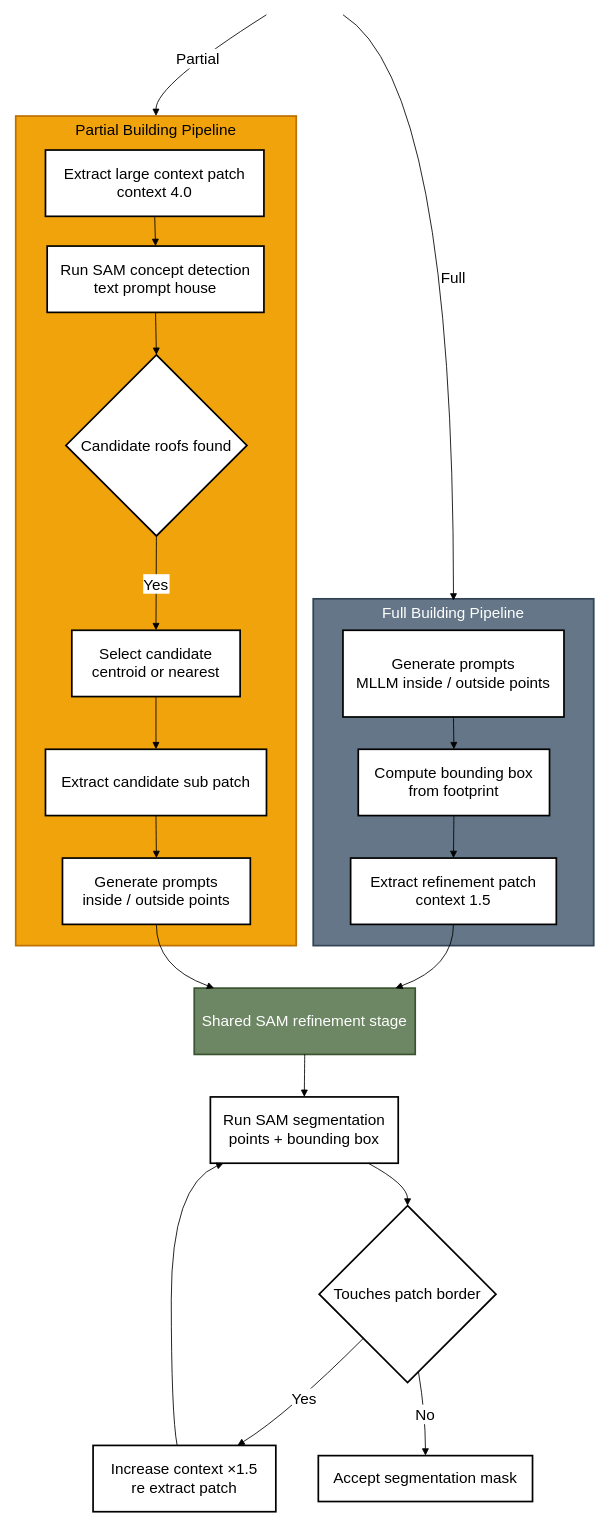
This is Theory/Pictures/Flowchart_SAMStage.drawio from patrickfranzelin/Master-Thesis-GEOAI, a draw.io file, before an edit. Source tidied: cells renumbered, new cells numbered last; positions are measured from the earlier drawing's top-left corner, leaving out a move shared by most shapes. Both pictures are drawn from the tidied source at 85%, with x=0, y=0 at pixel (15, 14).
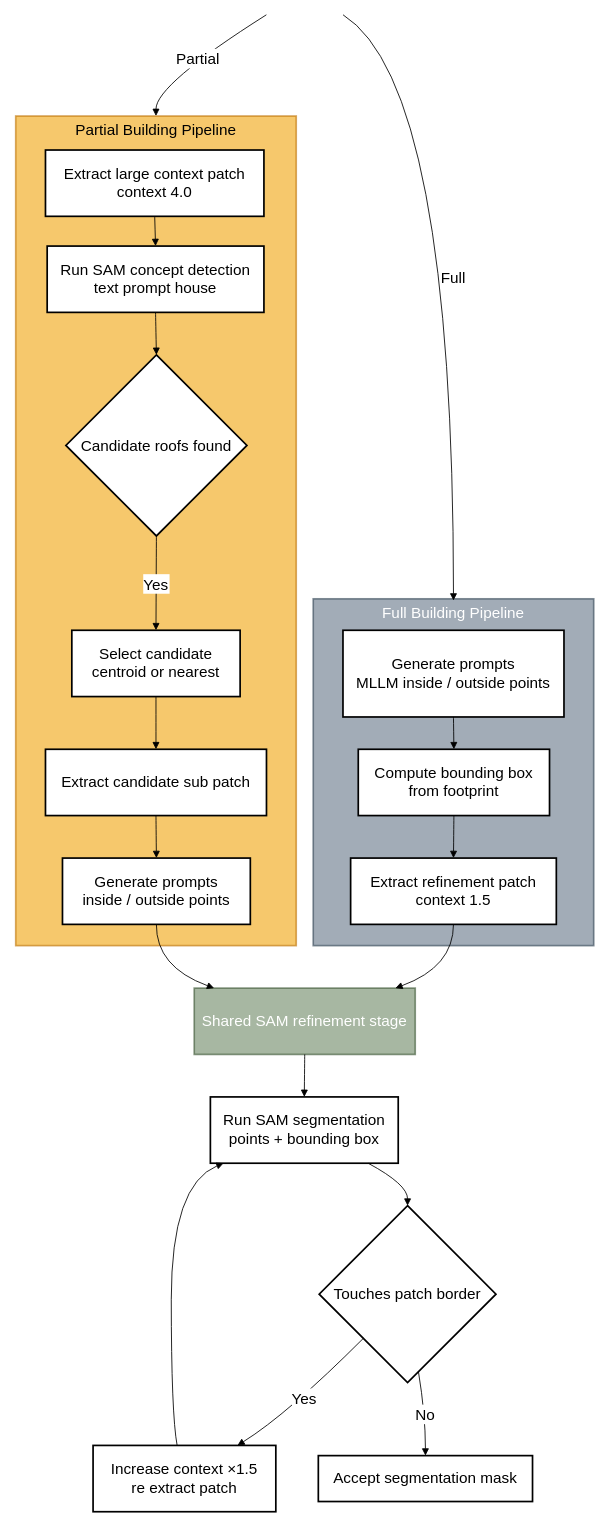
The same diagram, later.

Diff of the diagram source:
```diff
@@
-    <mxCell id="2" value="Partial Building Pipeline" style="whiteSpace=wrap;strokeWidth=2;fillColor=#f0a30a;fontColor=#000000;strokeColor=#BD7000;fontSize=18;verticalAlign=top;" parent="1" vertex="1">
+    <mxCell id="2" value="Partial Building Pipeline" style="whiteSpace=wrap;strokeWidth=2;fillColor=#f0a30a;fontColor=#000000;strokeColor=#BD7000;fontSize=18;verticalAlign=top;fontFamily=Helvetica;rounded=0;glass=0;opacity=60;" parent="1" vertex="1">
       <mxGeometry y="119" width="330" height="976" as="geometry" />
     </mxCell>
-    <mxCell id="3" value="Full Building Pipeline" style="whiteSpace=wrap;strokeWidth=2;fillColor=#647687;fontColor=#ffffff;strokeColor=#314354;fontSize=18;verticalAlign=top;" parent="1" vertex="1">
+    <mxCell id="3" value="Full Building Pipeline" style="whiteSpace=wrap;strokeWidth=2;fillColor=#647687;fontColor=#ffffff;strokeColor=#314354;fontSize=18;verticalAlign=top;fontFamily=Helvetica;opacity=60;" parent="1" vertex="1">
       <mxGeometry x="350" y="687" width="330" height="408" as="geometry" />
     </mxCell>
-    <mxCell id="4" value="Generate prompts&#10;MLLM inside / outside points" style="whiteSpace=wrap;strokeWidth=2;fontSize=18;" parent="1" vertex="1">
+    <mxCell id="4" value="Generate prompts&#10;MLLM inside / outside points" style="whiteSpace=wrap;strokeWidth=2;fontSize=18;fontFamily=Helvetica;" parent="1" vertex="1">
       <mxGeometry x="385" y="724" width="260" height="102" as="geometry" />
     </mxCell>
-    <mxCell id="5" value="Compute bounding box&#10;from footprint" style="whiteSpace=wrap;strokeWidth=2;fontSize=18;" parent="1" vertex="1">
+    <mxCell id="5" value="Compute bounding box&#10;from footprint" style="whiteSpace=wrap;strokeWidth=2;fontSize=18;fontFamily=Helvetica;" parent="1" vertex="1">
       <mxGeometry x="403" y="864" width="225" height="78" as="geometry" />
     </mxCell>
-    <mxCell id="6" value="Extract refinement patch&#10;context 1.5" style="whiteSpace=wrap;strokeWidth=2;fontSize=18;" parent="1" vertex="1">
+    <mxCell id="6" value="Extract refinement patch&#10;context 1.5" style="whiteSpace=wrap;strokeWidth=2;fontSize=18;fontFamily=Helvetica;" parent="1" vertex="1">
       <mxGeometry x="394" y="992" width="242" height="78" as="geometry" />
     </mxCell>
-    <mxCell id="7" value="Extract large context patch&#10;context 4.0" style="whiteSpace=wrap;strokeWidth=2;fontSize=18;" parent="1" vertex="1">
+    <mxCell id="7" value="Extract large context patch&#10;context 4.0" style="whiteSpace=wrap;strokeWidth=2;fontSize=18;fontFamily=Helvetica;" parent="1" vertex="1">
       <mxGeometry x="35" y="159" width="257" height="78" as="geometry" />
     </mxCell>
-    <mxCell id="8" value="Run SAM concept detection&#10;text prompt house" style="whiteSpace=wrap;strokeWidth=2;fontSize=18;" parent="1" vertex="1">
+    <mxCell id="8" value="Run SAM concept detection&#10;text prompt house" style="whiteSpace=wrap;strokeWidth=2;fontSize=18;fontFamily=Helvetica;" parent="1" vertex="1">
       <mxGeometry x="37" y="272" width="255" height="78" as="geometry" />
     </mxCell>
-    <mxCell id="9" value="Candidate roofs found" style="rhombus;strokeWidth=2;whiteSpace=wrap;fontSize=18;" parent="1" vertex="1">
+    <mxCell id="9" value="Candidate roofs found" style="rhombus;strokeWidth=2;whiteSpace=wrap;fontSize=18;fontFamily=Helvetica;" parent="1" vertex="1">
       <mxGeometry x="59" y="400" width="213" height="213" as="geometry" />
     </mxCell>
-    <mxCell id="10" value="Select candidate&#10;centroid or nearest" style="whiteSpace=wrap;strokeWidth=2;fontSize=18;" parent="1" vertex="1">
+    <mxCell id="10" value="Select candidate&#10;centroid or nearest" style="whiteSpace=wrap;strokeWidth=2;fontSize=18;fontFamily=Helvetica;" parent="1" vertex="1">
       <mxGeometry x="66" y="724" width="198" height="78" as="geometry" />
     </mxCell>
-    <mxCell id="11" value="Extract candidate sub patch" style="whiteSpace=wrap;strokeWidth=2;fontSize=18;" parent="1" vertex="1">
+    <mxCell id="11" value="Extract candidate sub patch" style="whiteSpace=wrap;strokeWidth=2;fontSize=18;fontFamily=Helvetica;" parent="1" vertex="1">
       <mxGeometry x="35" y="864" width="260" height="78" as="geometry" />
     </mxCell>
-    <mxCell id="12" value="Generate prompts&#10;inside / outside points" style="whiteSpace=wrap;strokeWidth=2;fontSize=18;" parent="1" vertex="1">
+    <mxCell id="12" value="Generate prompts&#10;inside / outside points" style="whiteSpace=wrap;strokeWidth=2;fontSize=18;fontFamily=Helvetica;" parent="1" vertex="1">
       <mxGeometry x="55" y="992" width="221" height="78" as="geometry" />
     </mxCell>
-    <mxCell id="13" value="Shared SAM refinement stage" style="whiteSpace=wrap;strokeWidth=2;fillColor=#6d8764;fontColor=#ffffff;strokeColor=#3A5431;fontSize=18;" parent="1" vertex="1">
+    <mxCell id="13" value="Shared SAM refinement stage" style="whiteSpace=wrap;strokeWidth=2;fillColor=#6d8764;fontColor=#ffffff;strokeColor=#3A5431;fontSize=18;fontFamily=Helvetica;opacity=60;" parent="1" vertex="1">
       <mxGeometry x="210" y="1145" width="260" height="78" as="geometry" />
     </mxCell>
-    <mxCell id="14" value="Run SAM segmentation&#10;points + bounding box" style="whiteSpace=wrap;strokeWidth=2;fontSize=18;" parent="1" vertex="1">
+    <mxCell id="14" value="Run SAM segmentation&#10;points + bounding box" style="whiteSpace=wrap;strokeWidth=2;fontSize=18;fontFamily=Helvetica;" parent="1" vertex="1">
       <mxGeometry x="229" y="1273" width="221" height="78" as="geometry" />
     </mxCell>
-    <mxCell id="15" value="Touches patch border" style="rhombus;strokeWidth=2;whiteSpace=wrap;fontSize=18;" parent="1" vertex="1">
+    <mxCell id="15" value="Touches patch border" style="rhombus;strokeWidth=2;whiteSpace=wrap;fontSize=18;fontFamily=Helvetica;" parent="1" vertex="1">
       <mxGeometry x="357" y="1401" width="208" height="208" as="geometry" />
     </mxCell>
-    <mxCell id="16" value="Increase context ×1.5&#10;re extract patch" style="whiteSpace=wrap;strokeWidth=2;fontSize=18;" parent="1" vertex="1">
+    <mxCell id="16" value="Increase context ×1.5&#10;re extract patch" style="whiteSpace=wrap;strokeWidth=2;fontSize=18;fontFamily=Helvetica;" parent="1" vertex="1">
       <mxGeometry x="91" y="1683" width="215" height="78" as="geometry" />
     </mxCell>
-    <mxCell id="17" value="Accept segmentation mask" style="whiteSpace=wrap;strokeWidth=2;fontSize=18;" parent="1" vertex="1">
+    <mxCell id="17" value="Accept segmentation mask" style="whiteSpace=wrap;strokeWidth=2;fontSize=18;fontFamily=Helvetica;" parent="1" vertex="1">
       <mxGeometry x="356" y="1695" width="252" height="54" as="geometry" />
     </mxCell>
-    <mxCell id="18" style="curved=1;startArrow=none;endArrow=block;exitX=0.5;exitY=1;entryX=0.5;entryY=0;rounded=0;fontSize=18;" parent="1" edge="1" source="4" target="5">
+    <mxCell id="18" style="curved=1;startArrow=none;endArrow=block;exitX=0.5;exitY=1;entryX=0.5;entryY=0;rounded=0;fontSize=18;fontFamily=Helvetica;" parent="1" edge="1" source="4" target="5">
       <mxGeometry relative="1" as="geometry" />
     </mxCell>
-    <mxCell id="19" style="curved=1;startArrow=none;endArrow=block;exitX=0.5;exitY=1;entryX=0.5;entryY=0;rounded=0;fontSize=18;" parent="1" edge="1" source="5" target="6">
+    <mxCell id="19" style="curved=1;startArrow=none;endArrow=block;exitX=0.5;exitY=1;entryX=0.5;entryY=0;rounded=0;fontSize=18;fontFamily=Helvetica;" parent="1" edge="1" source="5" target="6">
       <mxGeometry relative="1" as="geometry" />
     </mxCell>
-    <mxCell id="20" style="curved=1;startArrow=none;endArrow=block;exitX=0.5;exitY=1;entryX=0.5;entryY=0;rounded=0;fontSize=18;" parent="1" edge="1" source="7" target="8">
+    <mxCell id="20" style="curved=1;startArrow=none;endArrow=block;exitX=0.5;exitY=1;entryX=0.5;entryY=0;rounded=0;fontSize=18;fontFamily=Helvetica;" parent="1" edge="1" source="7" target="8">
       <mxGeometry relative="1" as="geometry" />
     </mxCell>
-    <mxCell id="21" style="curved=1;startArrow=none;endArrow=block;exitX=0.5;exitY=1;entryX=0.5;entryY=0;rounded=0;fontSize=18;" parent="1" edge="1" source="8" target="9">
+    <mxCell id="21" style="curved=1;startArrow=none;endArrow=block;exitX=0.5;exitY=1;entryX=0.5;entryY=0;rounded=0;fontSize=18;fontFamily=Helvetica;" parent="1" edge="1" source="8" target="9">
       <mxGeometry relative="1" as="geometry" />
     </mxCell>
-    <mxCell id="22" value="Yes" style="curved=1;startArrow=none;endArrow=block;exitX=0.5;exitY=1;entryX=0.5;entryY=0;rounded=0;fontSize=18;" parent="1" edge="1" source="9" target="10">
+    <mxCell id="22" value="Yes" style="curved=1;startArrow=none;endArrow=block;exitX=0.5;exitY=1;entryX=0.5;entryY=0;rounded=0;fontSize=18;fontFamily=Helvetica;" parent="1" edge="1" source="9" target="10">
       <mxGeometry relative="1" as="geometry" />
     </mxCell>
-    <mxCell id="23" style="curved=1;startArrow=none;endArrow=block;exitX=0.5;exitY=1;entryX=0.5;entryY=0;rounded=0;fontSize=18;" parent="1" edge="1" source="10" target="11">
+    <mxCell id="23" style="curved=1;startArrow=none;endArrow=block;exitX=0.5;exitY=1;entryX=0.5;entryY=0;rounded=0;fontSize=18;fontFamily=Helvetica;" parent="1" edge="1" source="10" target="11">
       <mxGeometry relative="1" as="geometry" />
     </mxCell>
-    <mxCell id="24" style="curved=1;startArrow=none;endArrow=block;exitX=0.5;exitY=1;entryX=0.5;entryY=0;rounded=0;fontSize=18;" parent="1" edge="1" source="11" target="12">
+    <mxCell id="24" style="curved=1;startArrow=none;endArrow=block;exitX=0.5;exitY=1;entryX=0.5;entryY=0;rounded=0;fontSize=18;fontFamily=Helvetica;" parent="1" edge="1" source="11" target="12">
       <mxGeometry relative="1" as="geometry" />
     </mxCell>
-    <mxCell id="25" value="Full" style="curved=1;startArrow=none;endArrow=block;exitX=1;exitY=0.82;rounded=0;fontSize=18;entryX=0.5;entryY=0.005;entryDx=0;entryDy=0;entryPerimeter=0;" parent="1" edge="1" target="3">
+    <mxCell id="25" value="Full" style="curved=1;startArrow=none;endArrow=block;exitX=1;exitY=0.82;rounded=0;fontSize=18;entryX=0.5;entryY=0.005;entryDx=0;entryDy=0;entryPerimeter=0;fontFamily=Helvetica;" parent="1" edge="1" target="3">
       <mxGeometry relative="1" as="geometry">
         <mxPoint x="385.1" y="-0.1" as="sourcePoint" />
         <Array as="points">
           <mxPoint x="515" y="82" />
         </Array>
       </mxGeometry>
     </mxCell>
-    <mxCell id="26" value="Partial" style="curved=1;startArrow=none;endArrow=block;exitX=0;exitY=0.82;rounded=0;fontSize=18;entryX=0.5;entryY=0;entryDx=0;entryDy=0;" parent="1" edge="1" target="2">
+    <mxCell id="26" value="Partial" style="curved=1;startArrow=none;endArrow=block;exitX=0;exitY=0.82;rounded=0;fontSize=18;entryX=0.5;entryY=0;entryDx=0;entryDy=0;fontFamily=Helvetica;" parent="1" edge="1" target="2">
       <mxGeometry relative="1" as="geometry">
         <mxPoint x="294.9" y="-0.1" as="sourcePoint" />
         <Array as="points">
           <mxPoint x="165" y="82" />
         </Array>
       </mxGeometry>
     </mxCell>
-    <mxCell id="27" style="curved=1;startArrow=none;endArrow=block;exitX=0.5;exitY=1;entryX=0.91;entryY=0;rounded=0;fontSize=18;" parent="1" edge="1" source="6" target="13">
+    <mxCell id="27" style="curved=1;startArrow=none;endArrow=block;exitX=0.5;exitY=1;entryX=0.91;entryY=0;rounded=0;fontSize=18;fontFamily=Helvetica;" parent="1" edge="1" source="6" target="13">
       <mxGeometry relative="1" as="geometry">
         <Array as="points">
           <mxPoint x="515" y="1120" />
         </Array>
       </mxGeometry>
     </mxCell>
-    <mxCell id="28" style="curved=1;startArrow=none;endArrow=block;exitX=0.5;exitY=1;entryX=0.09;entryY=0;rounded=0;fontSize=18;" parent="1" edge="1" source="12" target="13">
+    <mxCell id="28" style="curved=1;startArrow=none;endArrow=block;exitX=0.5;exitY=1;entryX=0.09;entryY=0;rounded=0;fontSize=18;fontFamily=Helvetica;" parent="1" edge="1" source="12" target="13">
       <mxGeometry relative="1" as="geometry">
         <Array as="points">
           <mxPoint x="165" y="1120" />
         </Array>
       </mxGeometry>
     </mxCell>
-    <mxCell id="29" style="curved=1;startArrow=none;endArrow=block;exitX=0.5;exitY=1;entryX=0.5;entryY=0;rounded=0;fontSize=18;" parent="1" edge="1" source="13" target="14">
+    <mxCell id="29" style="curved=1;startArrow=none;endArrow=block;exitX=0.5;exitY=1;entryX=0.5;entryY=0;rounded=0;fontSize=18;fontFamily=Helvetica;" parent="1" edge="1" source="13" target="14">
       <mxGeometry relative="1" as="geometry" />
     </mxCell>
-    <mxCell id="30" style="curved=1;startArrow=none;endArrow=block;exitX=0.84;exitY=1;entryX=0.5;entryY=0;rounded=0;fontSize=18;" parent="1" edge="1" source="14" target="15">
+    <mxCell id="30" style="curved=1;startArrow=none;endArrow=block;exitX=0.84;exitY=1;entryX=0.5;entryY=0;rounded=0;fontSize=18;fontFamily=Helvetica;" parent="1" edge="1" source="14" target="15">
       <mxGeometry relative="1" as="geometry">
         <Array as="points">
           <mxPoint x="461" y="1376" />
         </Array>
       </mxGeometry>
     </mxCell>
-    <mxCell id="31" value="Yes" style="curved=1;startArrow=none;endArrow=block;exitX=0;exitY=1;entryX=0.79;entryY=0;rounded=0;fontSize=18;" parent="1" edge="1" source="15" target="16">
+    <mxCell id="31" value="Yes" style="curved=1;startArrow=none;endArrow=block;exitX=0;exitY=1;entryX=0.79;entryY=0;rounded=0;fontSize=18;fontFamily=Helvetica;" parent="1" edge="1" source="15" target="16">
       <mxGeometry relative="1" as="geometry">
         <Array as="points">
           <mxPoint x="320" y="1646" />
         </Array>
       </mxGeometry>
     </mxCell>
-    <mxCell id="32" style="curved=1;startArrow=none;endArrow=block;exitX=0.46;exitY=0;entryX=0.07;entryY=1;rounded=0;fontSize=18;" parent="1" edge="1" source="16" target="14">
+    <mxCell id="32" style="curved=1;startArrow=none;endArrow=block;exitX=0.46;exitY=0;entryX=0.07;entryY=1;rounded=0;fontSize=18;fontFamily=Helvetica;" parent="1" edge="1" source="16" target="14">
       <mxGeometry relative="1" as="geometry">
         <Array as="points">
           <mxPoint x="183" y="1646" />
           <mxPoint x="183" y="1376" />
         </Array>
       </mxGeometry>
     </mxCell>
-    <mxCell id="33" value="No" style="curved=1;startArrow=none;endArrow=block;exitX=0.57;exitY=1;entryX=0.5;entryY=0;rounded=0;fontSize=18;" parent="1" edge="1" source="15" target="17">
+    <mxCell id="33" value="No" style="curved=1;startArrow=none;endArrow=block;exitX=0.57;exitY=1;entryX=0.5;entryY=0;rounded=0;fontSize=18;fontFamily=Helvetica;" parent="1" edge="1" source="15" target="17">
       <mxGeometry relative="1" as="geometry">
         <Array as="points">
           <mxPoint x="482" y="1646" />
         </Array>
       </mxGeometry>
     </mxCell>
```
